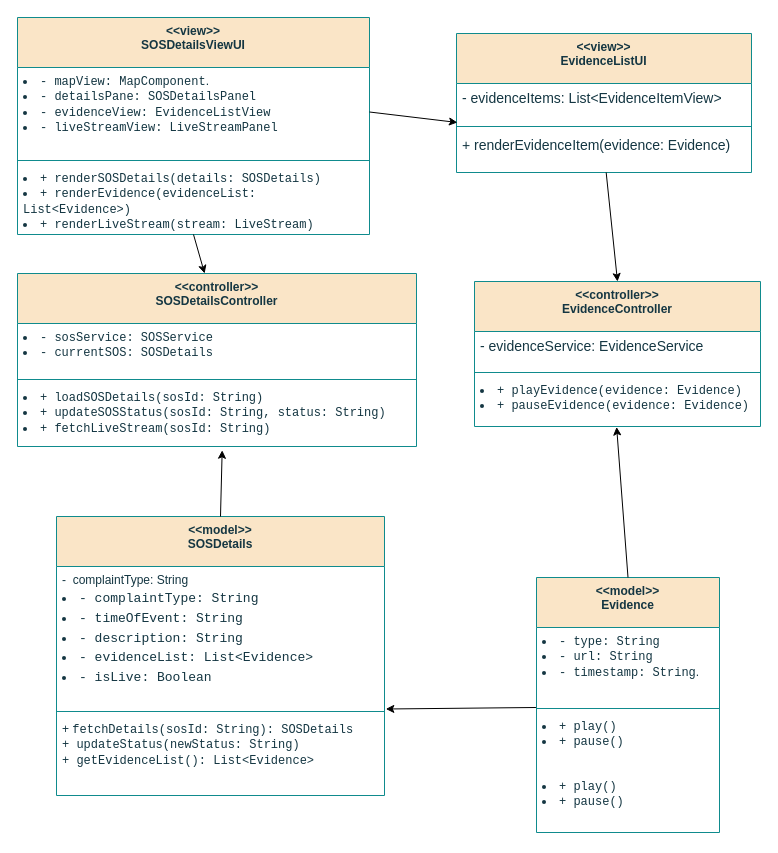
Before: page "11. Agent View Evidence" (11 of 13) of Untitled Diagram.drawio in TH-014/CSE_326, a draw.io diagram. Source tidied: cells renumbered, new cells numbered last; positions are measured from the earlier drawing's top-left corner, leaving out a move shared by most shapes. Both pictures are drawn from the tidied source at 100%, with x=0, y=0 at pixel (17, 17).
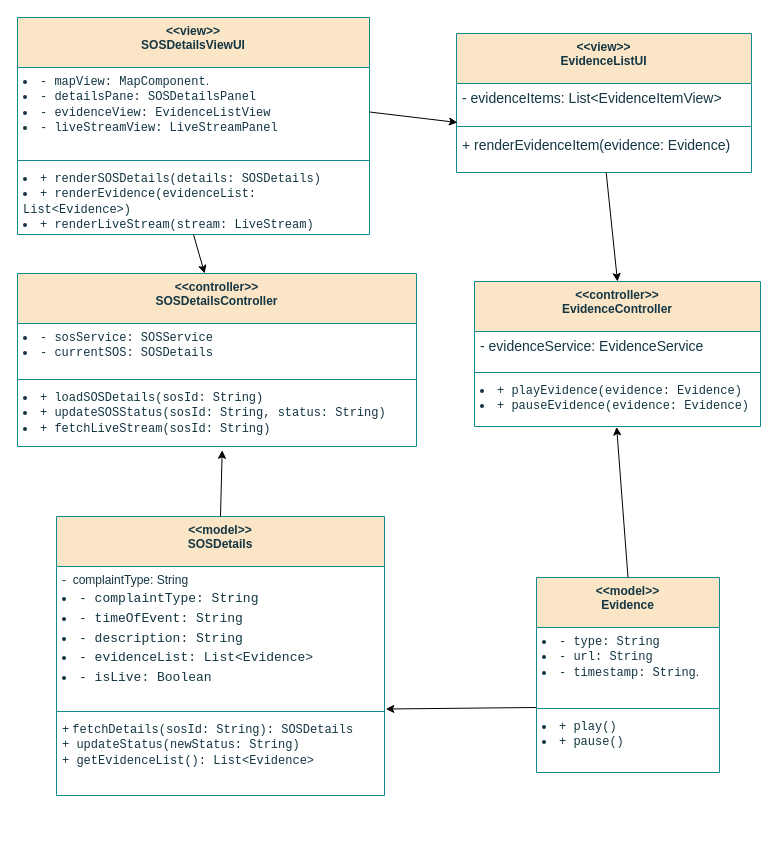
After the change.

Diff of the diagram source:
```diff
@@
     <mxCell id="16" value="&lt;div&gt;&amp;lt;&amp;lt;model&amp;gt;&amp;gt;&lt;/div&gt;&lt;div&gt;Evidence&lt;br&gt;&lt;/div&gt;" style="swimlane;fontStyle=1;align=center;verticalAlign=top;horizontal=1;startSize=50;whiteSpace=wrap;html=1;strokeColor=#0F8B8D;fontColor=#143642;fillColor=#FAE5C7;" parent="1" vertex="1">
-      <mxGeometry x="519" y="560" width="183" height="255" as="geometry" />
+      <mxGeometry x="519" y="560" width="183" height="195" as="geometry" />
     </mxCell>
@@
-    <mxCell id="20" value="&lt;li&gt;&lt;code&gt;+ play()&lt;/code&gt;&lt;/li&gt;&lt;li&gt;&lt;code&gt;+ pause()&lt;/code&gt;&lt;/li&gt;" style="text;strokeColor=none;fillColor=none;align=left;verticalAlign=top;spacingLeft=4;spacingRight=4;overflow=hidden;whiteSpace=wrap;html=1;fontColor=#143642;" parent="16" vertex="1">
-      <mxGeometry y="195" width="183" height="60" as="geometry" />
-    </mxCell>
```
